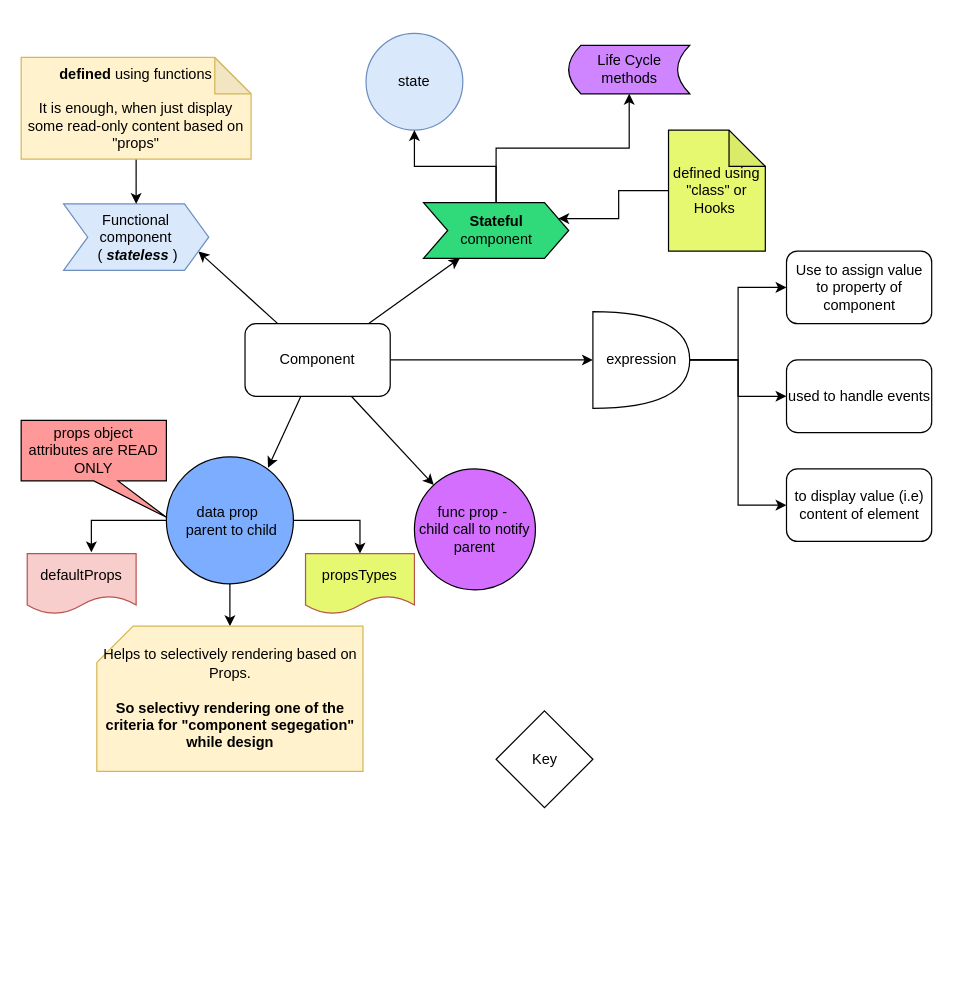
The draw.io diagram My Articles/react/React Component.drawio in anbarasan-raji/books, before the edit. Source tidied: cells renumbered, new cells numbered last; positions are measured from the earlier drawing's top-left corner, leaving out a move shared by most shapes. Both pictures are drawn from the tidied source at 121%, with x=0, y=0 at pixel (21, 33).
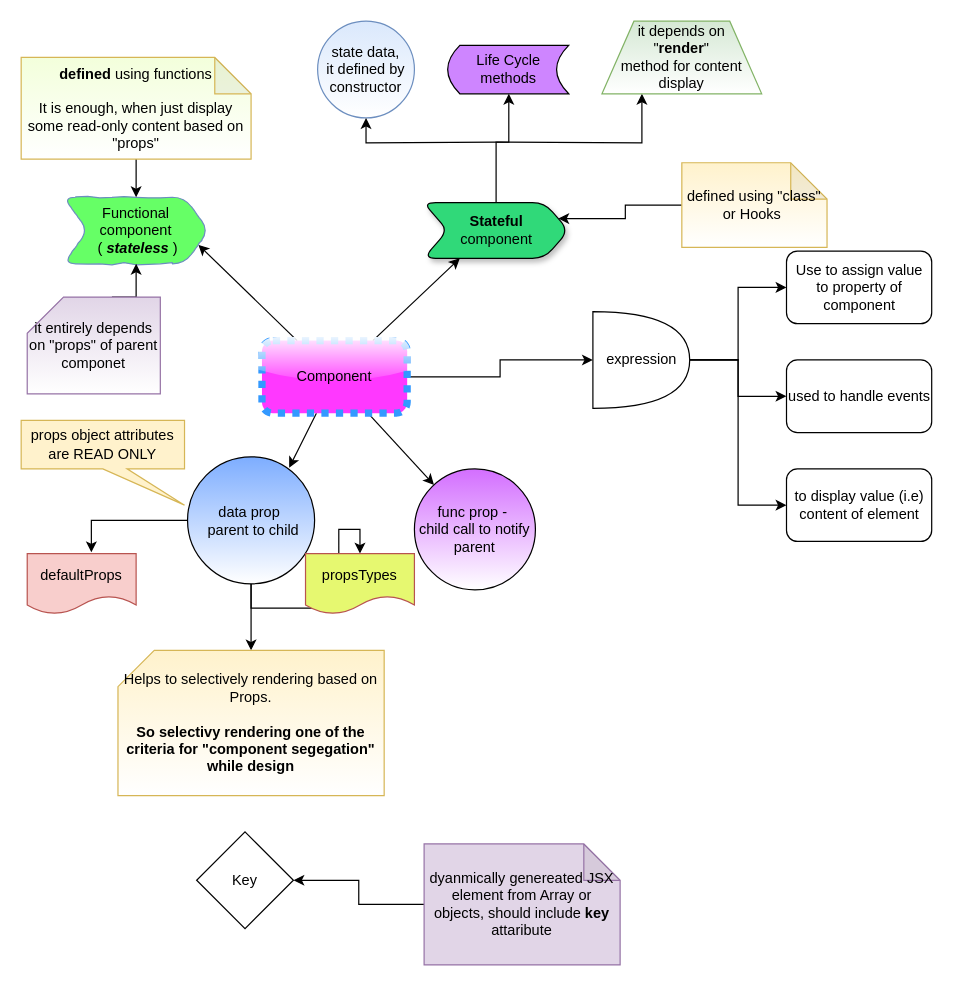
Above is the later version.

Commit message (it also covers changes not shown here):
React study

The edit, as a diff of the source:
```diff
@@
-    <mxCell id="2" value="state" style="ellipse;whiteSpace=wrap;html=1;fillColor=#dae8fc;strokeColor=#6c8ebf;" parent="1" vertex="1">
-      <mxGeometry x="285" width="80" height="80" as="geometry" />
+    <mxCell id="2" value="state data,&lt;br&gt;it defined by constructor" style="ellipse;whiteSpace=wrap;html=1;fillColor=#dae8fc;strokeColor=#6c8ebf;gradientColor=#ffffff;" parent="1" vertex="1">
+      <mxGeometry x="245" y="-10" width="80" height="80" as="geometry" />
     </mxCell>
@@
-    <mxCell id="6" value="data prop&amp;nbsp;&lt;br&gt;&amp;nbsp;parent to child" style="ellipse;whiteSpace=wrap;html=1;fillColor=#7DADFF;" parent="1" vertex="1">
-      <mxGeometry x="120" y="350" width="105" height="105" as="geometry" />
+    <mxCell id="6" value="data prop&amp;nbsp;&lt;br&gt;&amp;nbsp;parent to child" style="ellipse;whiteSpace=wrap;html=1;fillColor=#7DADFF;gradientColor=#ffffff;" parent="1" vertex="1">
+      <mxGeometry x="137.5" y="350" width="105" height="105" as="geometry" />
     </mxCell>
     <mxCell id="7" value="Key" style="rhombus;whiteSpace=wrap;html=1;" parent="1" vertex="1">
-      <mxGeometry x="392.5" y="560" width="80" height="80" as="geometry" />
+      <mxGeometry x="145" y="660" width="80" height="80" as="geometry" />
     </mxCell>
@@
-    <mxCell id="13" value="Component" style="rounded=1;whiteSpace=wrap;html=1;" parent="1" vertex="1">
-      <mxGeometry x="185" y="240" width="120" height="60" as="geometry" />
+    <mxCell id="13" value="Component" style="rounded=1;whiteSpace=wrap;html=1;fillColor=#FF38FF;strokeWidth=6;strokeColor=#3399FF;dashed=1;dashPattern=1 1;glass=1;" parent="1" vertex="1">
+      <mxGeometry x="199" y="254" width="120" height="60" as="geometry" />
     </mxCell>
-    <mxCell id="14" value="func prop -&amp;nbsp;&lt;br&gt;child call to notify parent" style="ellipse;whiteSpace=wrap;html=1;fillColor=#D36EFF;" parent="1" vertex="1">
+    <mxCell id="14" value="func prop -&amp;nbsp;&lt;br&gt;child call to notify parent" style="ellipse;whiteSpace=wrap;html=1;fillColor=#D36EFF;gradientColor=#ffffff;" parent="1" vertex="1">
       <mxGeometry x="325" y="360" width="100" height="100" as="geometry" />
     </mxCell>
     <mxCell id="15" value="Life Cycle methods" style="shape=dataStorage;whiteSpace=wrap;html=1;fillColor=#CE85FF;" parent="1" vertex="1">
-      <mxGeometry x="452.5" y="10" width="100" height="40" as="geometry" />
+      <mxGeometry x="352.5" y="10" width="100" height="40" as="geometry" />
     </mxCell>
@@
-    <mxCell id="23" value="Functional component&lt;br&gt;&amp;nbsp;( &lt;b&gt;&lt;i&gt;stateless &lt;/i&gt;&lt;/b&gt;)" style="shape=step;perimeter=stepPerimeter;whiteSpace=wrap;html=1;fixedSize=1;fillColor=#dae8fc;strokeColor=#6c8ebf;" parent="1" vertex="1">
-      <mxGeometry x="35" y="141" width="120" height="55" as="geometry" />
+    <mxCell id="23" value="Functional component&lt;br&gt;&amp;nbsp;( &lt;b&gt;&lt;i&gt;stateless &lt;/i&gt;&lt;/b&gt;)" style="shape=step;perimeter=stepPerimeter;whiteSpace=wrap;html=1;fixedSize=1;fillColor=#66FF66;strokeColor=#6c8ebf;rounded=1;comic=1;" parent="1" vertex="1">
+      <mxGeometry x="35" y="135.5" width="120" height="55" as="geometry" />
     </mxCell>
-    <mxCell id="24" style="edgeStyle=orthogonalEdgeStyle;rounded=0;jettySize=auto;html=1;" parent="1" edge="1" source="26" target="2">
-      <mxGeometry relative="1" as="geometry" />
+    <mxCell id="24" style="edgeStyle=orthogonalEdgeStyle;rounded=0;jettySize=auto;html=1;" parent="1" edge="1" target="2">
+      <mxGeometry relative="1" as="geometry">
+        <mxPoint x="393" y="90" as="sourcePoint" />
+      </mxGeometry>
     </mxCell>
     <mxCell id="25" style="edgeStyle=orthogonalEdgeStyle;rounded=0;jettySize=auto;html=1;" parent="1" edge="1" source="26" target="15">
-      <mxGeometry relative="1" as="geometry" />
+      <mxGeometry relative="1" as="geometry">
+        <Array as="points">
+          <mxPoint x="393" y="90" />
+          <mxPoint x="403" y="90" />
+        </Array>
+      </mxGeometry>
     </mxCell>
+    <mxCell id="35" style="edgeStyle=orthogonalEdgeStyle;rounded=0;jettySize=auto;html=1;entryX=0.25;entryY=1;entryDx=0;entryDy=0;" parent="1" edge="1" target="38">
+      <mxGeometry relative="1" as="geometry">
+        <mxPoint x="393" y="90" as="sourcePoint" />
+      </mxGeometry>
+    </mxCell>
-    <mxCell id="26" value="&lt;b&gt;Stateful&lt;/b&gt;&lt;br&gt;component" style="shape=step;perimeter=stepPerimeter;whiteSpace=wrap;html=1;fixedSize=1;fillColor=#30D979;" parent="1" vertex="1">
+    <mxCell id="26" value="&lt;b&gt;Stateful&lt;/b&gt;&lt;br&gt;component" style="shape=step;perimeter=stepPerimeter;whiteSpace=wrap;html=1;fixedSize=1;fillColor=#30D979;rounded=1;shadow=1;" parent="1" vertex="1">
       <mxGeometry x="332.5" y="140" width="120" height="46" as="geometry" />
     </mxCell>
-    <mxCell id="27" value="Helps to selectively rendering based on Props.&lt;br&gt;&lt;br&gt;&lt;b&gt;So selectivy rendering one of the criteria for &quot;component segegation&quot; while design&lt;/b&gt;" style="shape=card;whiteSpace=wrap;html=1;fillColor=#fff2cc;strokeColor=#d6b656;" parent="1" vertex="1">
-      <mxGeometry x="62.5" y="490" width="220" height="120" as="geometry" />
+    <mxCell id="27" value="Helps to selectively rendering based on Props.&lt;br&gt;&lt;br&gt;&lt;b&gt;So selectivy rendering one of the criteria for &quot;component segegation&quot; while design&lt;/b&gt;" style="shape=card;whiteSpace=wrap;html=1;fillColor=#fff2cc;strokeColor=#d6b656;gradientColor=#ffffff;" parent="1" vertex="1">
+      <mxGeometry x="80" y="510" width="220" height="120" as="geometry" />
     </mxCell>
@@
-    <mxCell id="29" value="&lt;span style=&quot;white-space: normal&quot;&gt;&lt;b&gt;defined &lt;/b&gt;using functions&lt;br&gt;&lt;br&gt;It is enough, when just display some read-only content based on &quot;props&quot;&lt;br&gt;&lt;/span&gt;" style="shape=note;whiteSpace=wrap;html=1;backgroundOutline=1;darkOpacity=0.05;fillColor=#fff2cc;strokeColor=#d6b656;" parent="1" vertex="1">
+    <mxCell id="29" value="&lt;span style=&quot;white-space: normal&quot;&gt;&lt;b&gt;defined &lt;/b&gt;using functions&lt;br&gt;&lt;br&gt;It is enough, when just display some read-only content based on &quot;props&quot;&lt;br&gt;&lt;/span&gt;" style="shape=note;whiteSpace=wrap;html=1;backgroundOutline=1;darkOpacity=0.05;fillColor=#F3FFDB;strokeColor=#d6b656;gradientColor=#ffffff;" parent="1" vertex="1">
       <mxGeometry y="20" width="190" height="84" as="geometry" />
     </mxCell>
-    <mxCell id="30" value="props object attributes are READ ONLY" style="shape=callout;whiteSpace=wrap;html=1;perimeter=calloutPerimeter;position2=1;fillColor=#FF9999;" parent="1" vertex="1">
-      <mxGeometry y="320" width="120" height="80" as="geometry" />
+    <mxCell id="30" value="props object attributes are READ ONLY" style="shape=callout;whiteSpace=wrap;html=1;perimeter=calloutPerimeter;position2=1;fillColor=#fff2cc;strokeColor=#d6b656;" parent="1" vertex="1">
+      <mxGeometry y="320" width="135" height="70" as="geometry" />
     </mxCell>
@@
-    <mxCell id="34" value="defined using &quot;class&quot; or Hooks&amp;nbsp;" style="shape=note;whiteSpace=wrap;html=1;backgroundOutline=1;darkOpacity=0.05;fillColor=#E6F870;" parent="1" vertex="1">
-      <mxGeometry x="535" y="80" width="80" height="100" as="geometry" />
+    <mxCell id="34" value="defined using &quot;class&quot; or Hooks&amp;nbsp;" style="shape=note;whiteSpace=wrap;html=1;backgroundOutline=1;darkOpacity=0.05;fillColor=#fff2cc;strokeColor=#d6b656;gradientColor=#ffffff;" parent="1" vertex="1">
+      <mxGeometry x="546" y="107" width="120" height="70" as="geometry" />
     </mxCell>
+    <mxCell id="36" style="edgeStyle=orthogonalEdgeStyle;rounded=0;jettySize=auto;html=1;exitX=0;exitY=0;exitDx=70;exitDy=0;exitPerimeter=0;entryX=0.5;entryY=1;entryDx=0;entryDy=0;" parent="1" edge="1" source="37" target="23">
+      <mxGeometry relative="1" as="geometry" />
+    </mxCell>
+    <mxCell id="37" value="it entirely depends on &quot;props&quot; of parent componet" style="shape=card;whiteSpace=wrap;html=1;fillColor=#e1d5e7;strokeColor=#9673a6;gradientColor=#ffffff;" parent="1" vertex="1">
+      <mxGeometry x="5" y="218" width="110" height="80" as="geometry" />
+    </mxCell>
+    <mxCell id="38" value="it depends on &lt;br&gt;&quot;&lt;b&gt;render&lt;/b&gt;&quot; &lt;br&gt;method for content display" style="shape=trapezoid;perimeter=trapezoidPerimeter;whiteSpace=wrap;html=1;fillColor=#d5e8d4;strokeColor=#82b366;gradientColor=#ffffff;" parent="1" vertex="1">
+      <mxGeometry x="480" y="-10" width="132" height="60" as="geometry" />
+    </mxCell>
+    <mxCell id="39" style="edgeStyle=orthogonalEdgeStyle;rounded=0;jettySize=auto;html=1;entryX=1;entryY=0.5;entryDx=0;entryDy=0;" parent="1" edge="1" source="40" target="7">
+      <mxGeometry relative="1" as="geometry" />
+    </mxCell>
+    <mxCell id="40" value="dyanmically genereated JSX element from Array or objects, should include &lt;b&gt;key &lt;/b&gt;attaribute" style="shape=note;whiteSpace=wrap;html=1;backgroundOutline=1;darkOpacity=0.05;fillColor=#e1d5e7;strokeColor=#9673a6;" parent="1" vertex="1">
+      <mxGeometry x="333" y="670" width="162" height="100" as="geometry" />
+    </mxCell>
```
